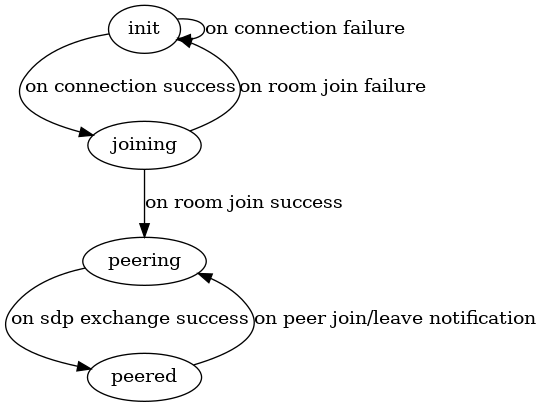
Above: signal-states.png in johndistasio/signals (Graphviz), before the change. Its source is kept beside it as signal-states.dot.
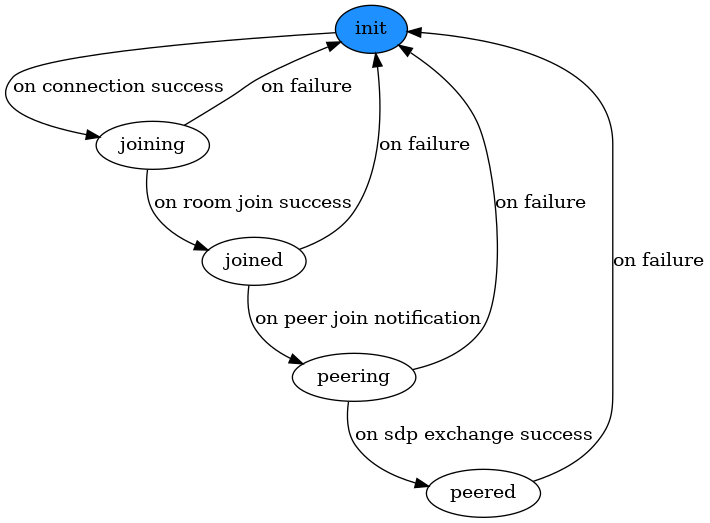
The same diagram one commit later.

Commit message:
update state diagram

What changed in the source:
```diff
@@ -1,8 +1,9 @@
 digraph signaling {
-  init -> init [label="on connection failure"];
+  init [style="filled",fillcolor="dodgerblue"];
+
+  {joining, joined, peering, peered} -> init [label="on failure"];
   init -> joining [label="on connection success"];
-  joining -> init [label="on room join failure"];
-  joining -> peering [label="on room join success"];
+  joining -> joined [label="on room join success"];
+  joined -> peering [label="on peer join notification"];
   peering -> peered [label="on sdp exchange success"];
-  peered -> peering [label="on peer join/leave notification"];
 }
```
